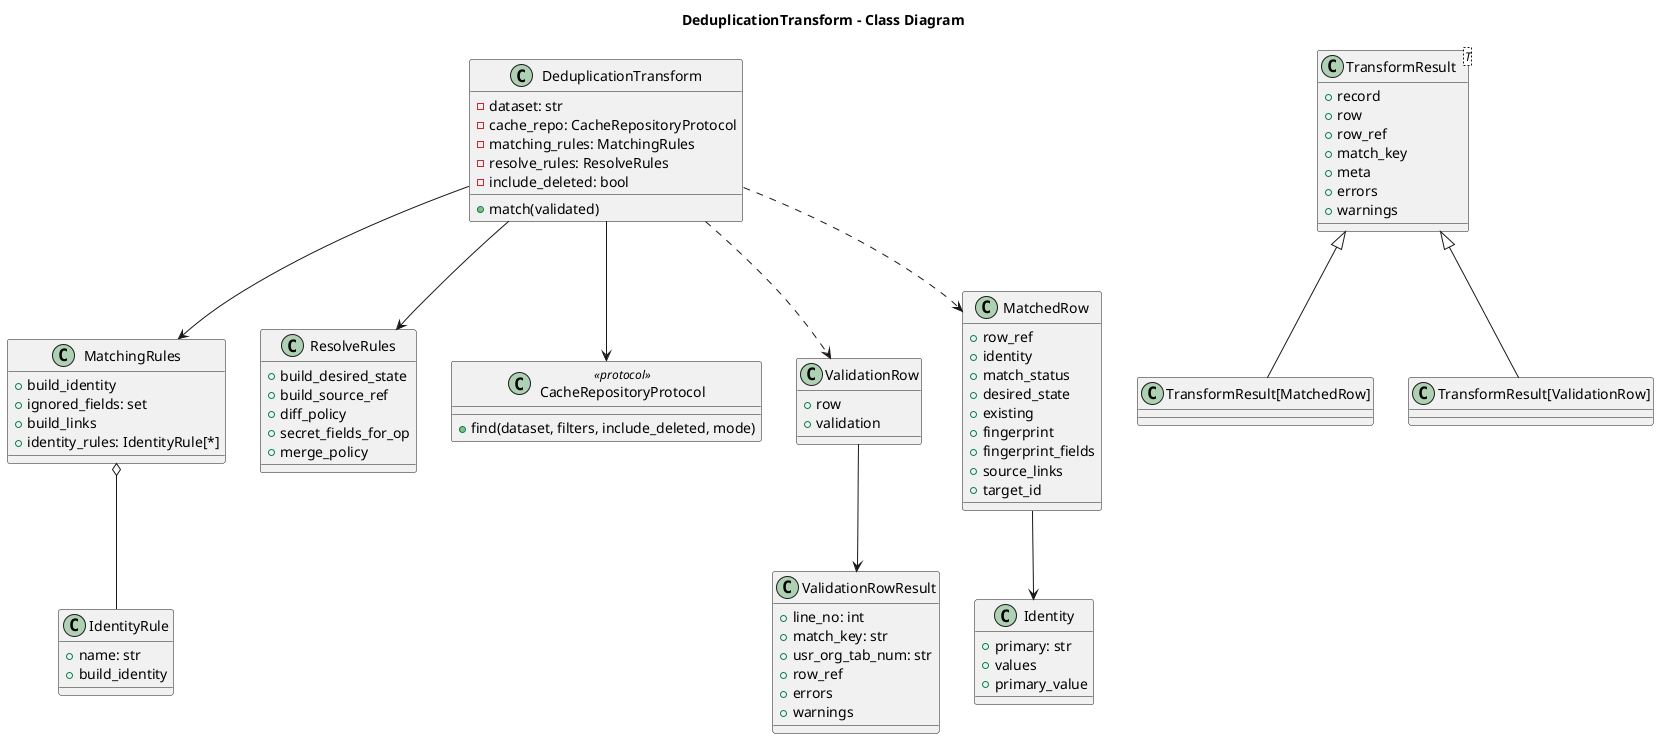
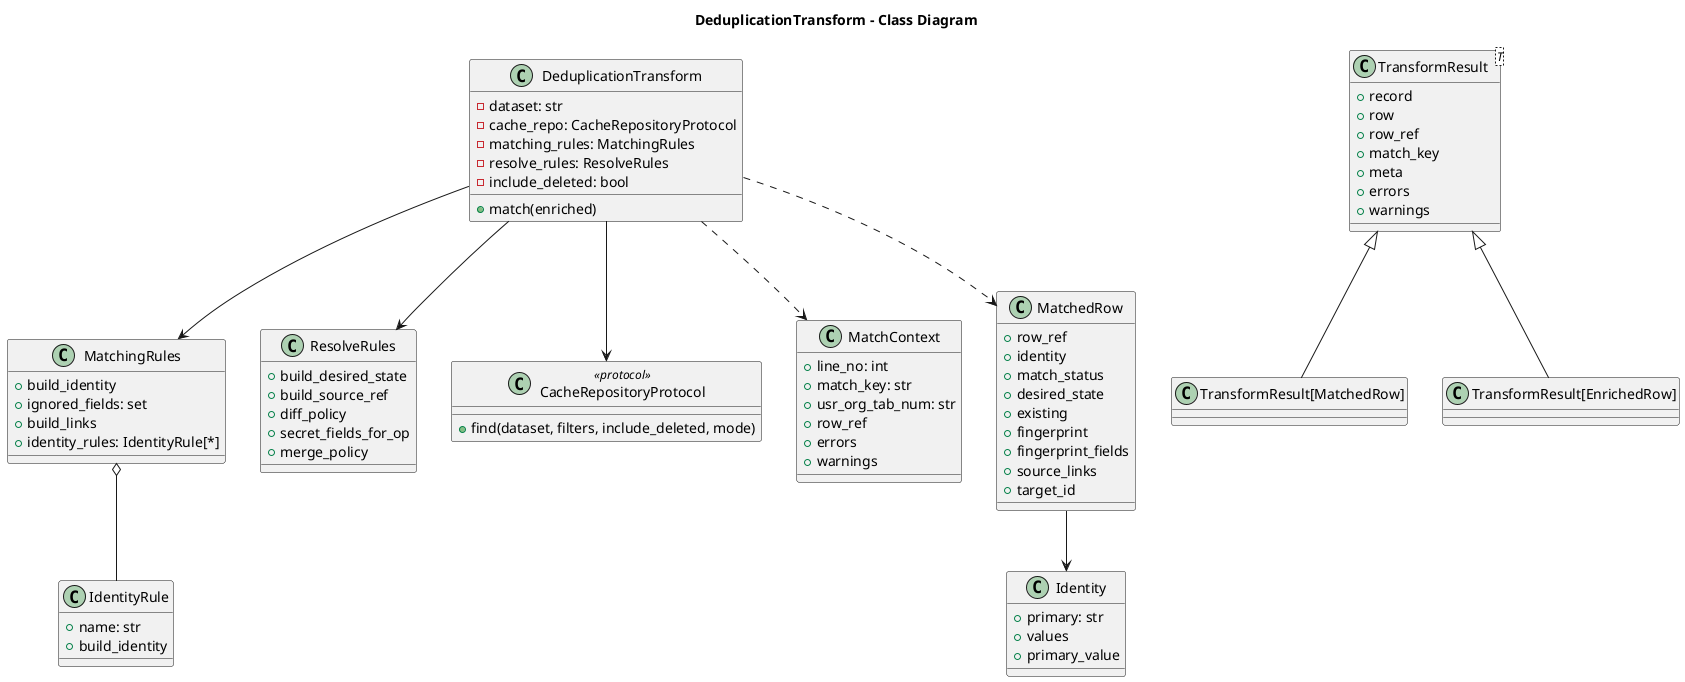
@startuml
title DeduplicationTransform - Class Diagram

class DeduplicationTransform {
  - dataset: str
  - cache_repo: CacheRepositoryProtocol
  - matching_rules: MatchingRules
  - resolve_rules: ResolveRules
  - include_deleted: bool
-   + match(validated)
+   + match(enriched)
}

class MatchingRules {
  + build_identity
  + ignored_fields: set
  + build_links
  + identity_rules: IdentityRule[*]
}

class IdentityRule {
  + name: str
  + build_identity
}

class ResolveRules {
  + build_desired_state
  + build_source_ref
  + diff_policy
  + secret_fields_for_op
  + merge_policy
}

class CacheRepositoryProtocol <<protocol>> {
  + find(dataset, filters, include_deleted, mode)
}

- class ValidationRow {
-   + row
-   + validation
- }
- 
- class ValidationRowResult {
+ class MatchContext {
  + line_no: int
  + match_key: str
  + usr_org_tab_num: str
  + row_ref
  + errors
  + warnings
}

class Identity {
  + primary: str
  + values
  + primary_value
}

class MatchedRow {
  + row_ref
  + identity
  + match_status
  + desired_state
  + existing
  + fingerprint
  + fingerprint_fields
  + source_links
  + target_id
}

class TransformResult<T> {
  + record
  + row
  + row_ref
  + match_key
  + meta
  + errors
  + warnings
}

DeduplicationTransform --> MatchingRules
DeduplicationTransform --> ResolveRules
DeduplicationTransform --> CacheRepositoryProtocol
DeduplicationTransform ..> MatchedRow
- DeduplicationTransform ..> ValidationRow
+ DeduplicationTransform ..> MatchContext
MatchingRules o-- IdentityRule
- ValidationRow --> ValidationRowResult
MatchedRow --> Identity
TransformResult <|-- "TransformResult[MatchedRow]"
- TransformResult <|-- "TransformResult[ValidationRow]"
+ TransformResult <|-- "TransformResult[EnrichedRow]"

@enduml
